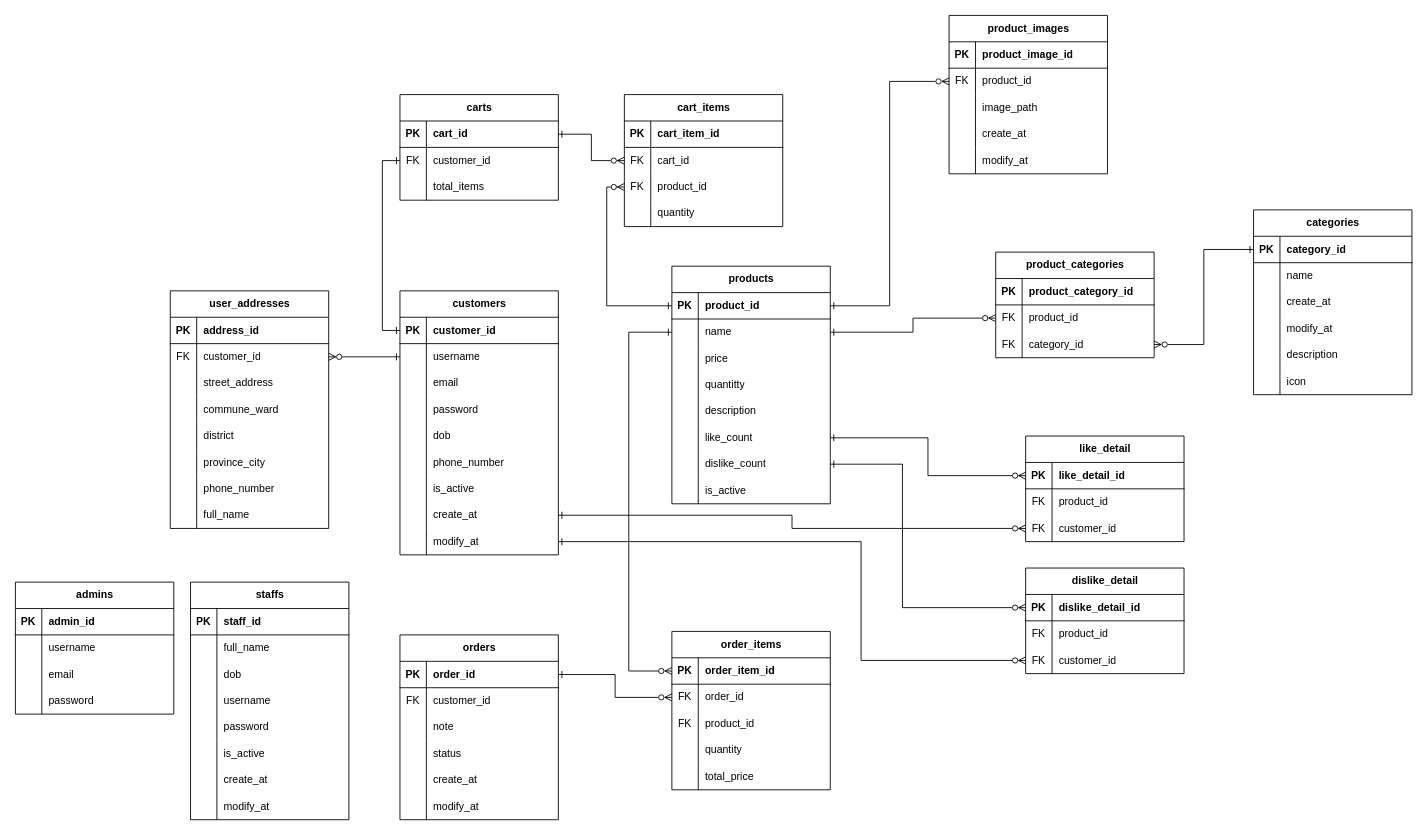
KienPT2607-IT/express-boilerplate keeps this draw.io diagram as db_erd.drawio. Above is the earlier version. Source tidied: cells renumbered, new cells numbered last; positions are measured from the earlier drawing's top-left corner, leaving out a move shared by most shapes. Both pictures are drawn from the tidied source at 88%, with x=0, y=0 at pixel (15, 15).
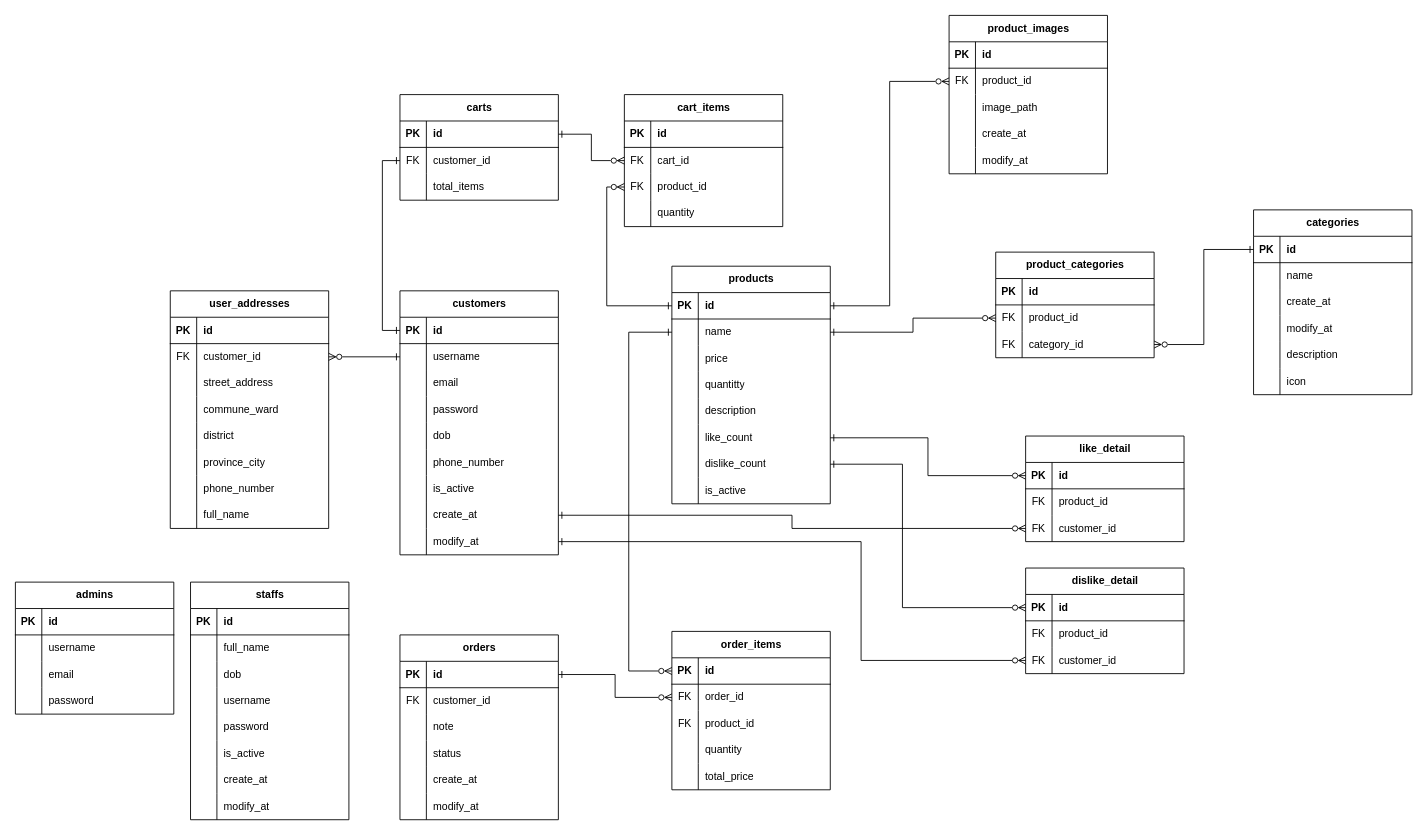
The same page after the edit.

Unchanged cells that the change refers to:
```xml
<mxCell id="3" style="shape=tableRow;horizontal=0;startSize=0;swimlaneHead=0;swimlaneBody=0;fillColor=none;points=[[0,0.5],[1,0.5]];portConstraint=eastwest;top=0;left=0;right=0;bottom=1;" parent="2" vertex="1">
  <mxGeometry y="30" width="180" height="30" as="geometry" />
</mxCell>
<mxCell id="31" style="shape=tableRow;horizontal=0;startSize=0;swimlaneHead=0;swimlaneBody=0;fillColor=none;points=[[0,0.5],[1,0.5]];portConstraint=eastwest;top=0;left=0;right=0;bottom=1;" parent="30" vertex="1">
  <mxGeometry y="30" width="180" height="30" as="geometry" />
</mxCell>
<mxCell id="56" style="shape=tableRow;horizontal=0;startSize=0;swimlaneHead=0;swimlaneBody=0;fillColor=none;points=[[0,0.5],[1,0.5]];portConstraint=eastwest;top=0;left=0;right=0;bottom=1;" parent="55" vertex="1">
  <mxGeometry y="30" width="180" height="30" as="geometry" />
</mxCell>
<mxCell id="66" style="shape=tableRow;horizontal=0;startSize=0;swimlaneHead=0;swimlaneBody=0;fillColor=none;top=0;left=0;right=0;bottom=1;" parent="65" vertex="1">
  <mxGeometry y="30" width="180" height="30" as="geometry" />
</mxCell>
<mxCell id="81" style="shape=tableRow;horizontal=0;startSize=0;swimlaneHead=0;swimlaneBody=0;fillColor=none;points=[[0,0.5],[1,0.5]];portConstraint=eastwest;top=0;left=0;right=0;bottom=1;" parent="80" vertex="1">
  <mxGeometry y="30" width="180" height="30" as="geometry" />
</mxCell>
<mxCell id="100" style="shape=tableRow;horizontal=0;startSize=0;swimlaneHead=0;swimlaneBody=0;fillColor=none;top=0;left=0;right=0;bottom=1;" parent="99" vertex="1">
  <mxGeometry y="30" width="180" height="30" as="geometry" />
</mxCell>
<mxCell id="126" style="shape=tableRow;horizontal=0;startSize=0;swimlaneHead=0;swimlaneBody=0;fillColor=none;points=[[0,0.5],[1,0.5]];portConstraint=eastwest;top=0;left=0;right=0;bottom=1;" parent="125" vertex="1">
  <mxGeometry y="30" width="180" height="30" as="geometry" />
</mxCell>
<mxCell id="143" style="shape=tableRow;horizontal=0;startSize=0;swimlaneHead=0;swimlaneBody=0;fillColor=none;points=[[0,0.5],[1,0.5]];portConstraint=eastwest;top=0;left=0;right=0;bottom=1;fontStyle=4;" parent="142" vertex="1">
  <mxGeometry y="30" width="180" height="30" as="geometry" />
</mxCell>
<mxCell id="162" style="shape=tableRow;horizontal=0;startSize=0;swimlaneHead=0;swimlaneBody=0;fillColor=none;top=0;left=0;right=0;bottom=1;" parent="161" vertex="1">
  <mxGeometry y="30" width="180" height="30" as="geometry" />
</mxCell>
<mxCell id="187" style="shape=tableRow;horizontal=0;startSize=0;swimlaneHead=0;swimlaneBody=0;fillColor=none;top=0;left=0;right=0;bottom=1;" parent="186" vertex="1">
  <mxGeometry y="30" width="180" height="30" as="geometry" />
</mxCell>
<mxCell id="200" style="shape=tableRow;horizontal=0;startSize=0;swimlaneHead=0;swimlaneBody=0;fillColor=none;top=0;left=0;right=0;bottom=1;" parent="199" vertex="1">
  <mxGeometry y="30" width="180" height="30" as="geometry" />
</mxCell>
<mxCell id="217" style="shape=tableRow;horizontal=0;startSize=0;swimlaneHead=0;swimlaneBody=0;fillColor=none;points=[[0,0.5],[1,0.5]];portConstraint=eastwest;top=0;left=0;right=0;bottom=1;" parent="216" vertex="1">
  <mxGeometry y="30" width="180" height="30" as="geometry" />
</mxCell>
<mxCell id="227" style="shape=tableRow;horizontal=0;startSize=0;swimlaneHead=0;swimlaneBody=0;fillColor=none;points=[[0,0.5],[1,0.5]];portConstraint=eastwest;top=0;left=0;right=0;bottom=1;" parent="226" vertex="1">
  <mxGeometry y="30" width="180" height="30" as="geometry" />
</mxCell>
<mxCell id="241" style="shape=tableRow;horizontal=0;startSize=0;swimlaneHead=0;swimlaneBody=0;fillColor=none;top=0;left=0;right=0;bottom=1;" parent="240" vertex="1">
  <mxGeometry y="30" width="180" height="30" as="geometry" />
</mxCell>
```

The edit, as a diff of the source:
```diff
@@
-    <mxCell id="5" value="customer_id" style="shape=partialRectangle;fillColor=none;top=0;left=0;bottom=0;right=0;align=left;spacingLeft=6;fontStyle=1;overflow=hidden;whiteSpace=wrap;html=1;" parent="3" vertex="1">
+    <mxCell id="5" value="id" style="shape=partialRectangle;fillColor=none;top=0;left=0;bottom=0;right=0;align=left;spacingLeft=6;fontStyle=1;overflow=hidden;whiteSpace=wrap;html=1;" parent="3" vertex="1">
       <mxGeometry x="30" width="150" height="30" as="geometry" />
     </mxCell>
@@
-    <mxCell id="33" value="product_id" style="shape=partialRectangle;fillColor=none;top=0;left=0;bottom=0;right=0;align=left;spacingLeft=6;fontStyle=1;overflow=hidden;whiteSpace=wrap;html=1;" parent="31" vertex="1">
+    <mxCell id="33" value="id" style="shape=partialRectangle;fillColor=none;top=0;left=0;bottom=0;right=0;align=left;spacingLeft=6;fontStyle=1;overflow=hidden;whiteSpace=wrap;html=1;" parent="31" vertex="1">
       <mxGeometry x="30" width="150" height="30" as="geometry" />
     </mxCell>
@@
-    <mxCell id="58" value="cart_id" style="shape=partialRectangle;fillColor=none;top=0;left=0;bottom=0;right=0;align=left;spacingLeft=6;fontStyle=1;overflow=hidden;whiteSpace=wrap;html=1;" parent="56" vertex="1">
+    <mxCell id="58" value="id" style="shape=partialRectangle;fillColor=none;top=0;left=0;bottom=0;right=0;align=left;spacingLeft=6;fontStyle=1;overflow=hidden;whiteSpace=wrap;html=1;" parent="56" vertex="1">
       <mxGeometry x="30" width="150" height="30" as="geometry" />
     </mxCell>
@@
-    <mxCell id="68" value="cart_item_id" style="shape=partialRectangle;fillColor=none;top=0;left=0;bottom=0;right=0;align=left;spacingLeft=6;fontStyle=1;overflow=hidden;whiteSpace=wrap;html=1;" parent="66" vertex="1">
+    <mxCell id="68" value="id" style="shape=partialRectangle;fillColor=none;top=0;left=0;bottom=0;right=0;align=left;spacingLeft=6;fontStyle=1;overflow=hidden;whiteSpace=wrap;html=1;" parent="66" vertex="1">
       <mxGeometry x="30" width="150" height="30" as="geometry" />
     </mxCell>
@@
-    <mxCell id="83" value="order_id" style="shape=partialRectangle;fillColor=none;top=0;left=0;bottom=0;right=0;align=left;spacingLeft=6;fontStyle=1;overflow=hidden;whiteSpace=wrap;html=1;" parent="81" vertex="1">
+    <mxCell id="83" value="id" style="shape=partialRectangle;fillColor=none;top=0;left=0;bottom=0;right=0;align=left;spacingLeft=6;fontStyle=1;overflow=hidden;whiteSpace=wrap;html=1;" parent="81" vertex="1">
       <mxGeometry x="30" width="150" height="30" as="geometry" />
     </mxCell>
@@
-    <mxCell id="102" value="address_id" style="shape=partialRectangle;fillColor=none;top=0;left=0;bottom=0;right=0;align=left;spacingLeft=6;fontStyle=1;overflow=hidden;whiteSpace=wrap;html=1;" parent="100" vertex="1">
+    <mxCell id="102" value="id" style="shape=partialRectangle;fillColor=none;top=0;left=0;bottom=0;right=0;align=left;spacingLeft=6;fontStyle=1;overflow=hidden;whiteSpace=wrap;html=1;" parent="100" vertex="1">
       <mxGeometry x="30" width="150" height="30" as="geometry" />
     </mxCell>
@@
-    <mxCell id="128" value="order_item_id" style="shape=partialRectangle;fillColor=none;top=0;left=0;bottom=0;right=0;align=left;spacingLeft=6;fontStyle=1;overflow=hidden;whiteSpace=wrap;html=1;" parent="126" vertex="1">
+    <mxCell id="128" value="id" style="shape=partialRectangle;fillColor=none;top=0;left=0;bottom=0;right=0;align=left;spacingLeft=6;fontStyle=1;overflow=hidden;whiteSpace=wrap;html=1;" parent="126" vertex="1">
       <mxGeometry x="30" width="150" height="30" as="geometry" />
     </mxCell>
@@
-    <mxCell id="145" value="category_id" style="shape=partialRectangle;fillColor=none;top=0;left=0;bottom=0;right=0;align=left;spacingLeft=6;fontStyle=1;overflow=hidden;whiteSpace=wrap;html=1;" parent="143" vertex="1">
+    <mxCell id="145" value="id" style="shape=partialRectangle;fillColor=none;top=0;left=0;bottom=0;right=0;align=left;spacingLeft=6;fontStyle=1;overflow=hidden;whiteSpace=wrap;html=1;" parent="143" vertex="1">
       <mxGeometry x="30" width="150" height="30" as="geometry" />
     </mxCell>
@@
-    <mxCell id="164" value="staff_id" style="shape=partialRectangle;fillColor=none;top=0;left=0;bottom=0;right=0;align=left;spacingLeft=6;fontStyle=1;overflow=hidden;whiteSpace=wrap;html=1;" parent="162" vertex="1">
+    <mxCell id="164" value="id" style="shape=partialRectangle;fillColor=none;top=0;left=0;bottom=0;right=0;align=left;spacingLeft=6;fontStyle=1;overflow=hidden;whiteSpace=wrap;html=1;" parent="162" vertex="1">
       <mxGeometry x="30" width="150" height="30" as="geometry" />
     </mxCell>
@@
-    <mxCell id="189" value="admin_id" style="shape=partialRectangle;fillColor=none;top=0;left=0;bottom=0;right=0;align=left;spacingLeft=6;fontStyle=1;overflow=hidden;whiteSpace=wrap;html=1;" parent="187" vertex="1">
+    <mxCell id="189" value="id" style="shape=partialRectangle;fillColor=none;top=0;left=0;bottom=0;right=0;align=left;spacingLeft=6;fontStyle=1;overflow=hidden;whiteSpace=wrap;html=1;" parent="187" vertex="1">
       <mxGeometry x="30" width="150" height="30" as="geometry" />
     </mxCell>
@@
-    <mxCell id="202" value="product_image_id" style="shape=partialRectangle;fillColor=none;top=0;left=0;bottom=0;right=0;align=left;spacingLeft=6;fontStyle=1;overflow=hidden;whiteSpace=wrap;html=1;" parent="200" vertex="1">
+    <mxCell id="202" value="id" style="shape=partialRectangle;fillColor=none;top=0;left=0;bottom=0;right=0;align=left;spacingLeft=6;fontStyle=1;overflow=hidden;whiteSpace=wrap;html=1;" parent="200" vertex="1">
       <mxGeometry x="30" width="150" height="30" as="geometry" />
     </mxCell>
@@
-    <mxCell id="219" value="dislike_detail_id" style="shape=partialRectangle;fillColor=none;top=0;left=0;bottom=0;right=0;align=left;spacingLeft=6;fontStyle=1;overflow=hidden;whiteSpace=wrap;html=1;" parent="217" vertex="1">
+    <mxCell id="219" value="id" style="shape=partialRectangle;fillColor=none;top=0;left=0;bottom=0;right=0;align=left;spacingLeft=6;fontStyle=1;overflow=hidden;whiteSpace=wrap;html=1;" parent="217" vertex="1">
       <mxGeometry x="30" width="150" height="30" as="geometry" />
     </mxCell>
@@
-    <mxCell id="229" value="like_detail_id" style="shape=partialRectangle;fillColor=none;top=0;left=0;bottom=0;right=0;align=left;spacingLeft=6;fontStyle=1;overflow=hidden;whiteSpace=wrap;html=1;" parent="227" vertex="1">
+    <mxCell id="229" value="id" style="shape=partialRectangle;fillColor=none;top=0;left=0;bottom=0;right=0;align=left;spacingLeft=6;fontStyle=1;overflow=hidden;whiteSpace=wrap;html=1;" parent="227" vertex="1">
       <mxGeometry x="30" width="150" height="30" as="geometry" />
     </mxCell>
@@
-    <mxCell id="243" value="&lt;span style=&quot;text-align: center; text-wrap: nowrap;&quot;&gt;product_category_id&lt;/span&gt;" style="shape=partialRectangle;fillColor=none;top=0;left=0;bottom=0;right=0;align=left;spacingLeft=6;fontStyle=1;overflow=hidden;whiteSpace=wrap;html=1;" parent="241" vertex="1">
+    <mxCell id="243" value="&lt;span style=&quot;text-align: center; text-wrap: nowrap;&quot;&gt;id&lt;/span&gt;" style="shape=partialRectangle;fillColor=none;top=0;left=0;bottom=0;right=0;align=left;spacingLeft=6;fontStyle=1;overflow=hidden;whiteSpace=wrap;html=1;" parent="241" vertex="1">
       <mxGeometry x="30" width="150" height="30" as="geometry" />
     </mxCell>
```
